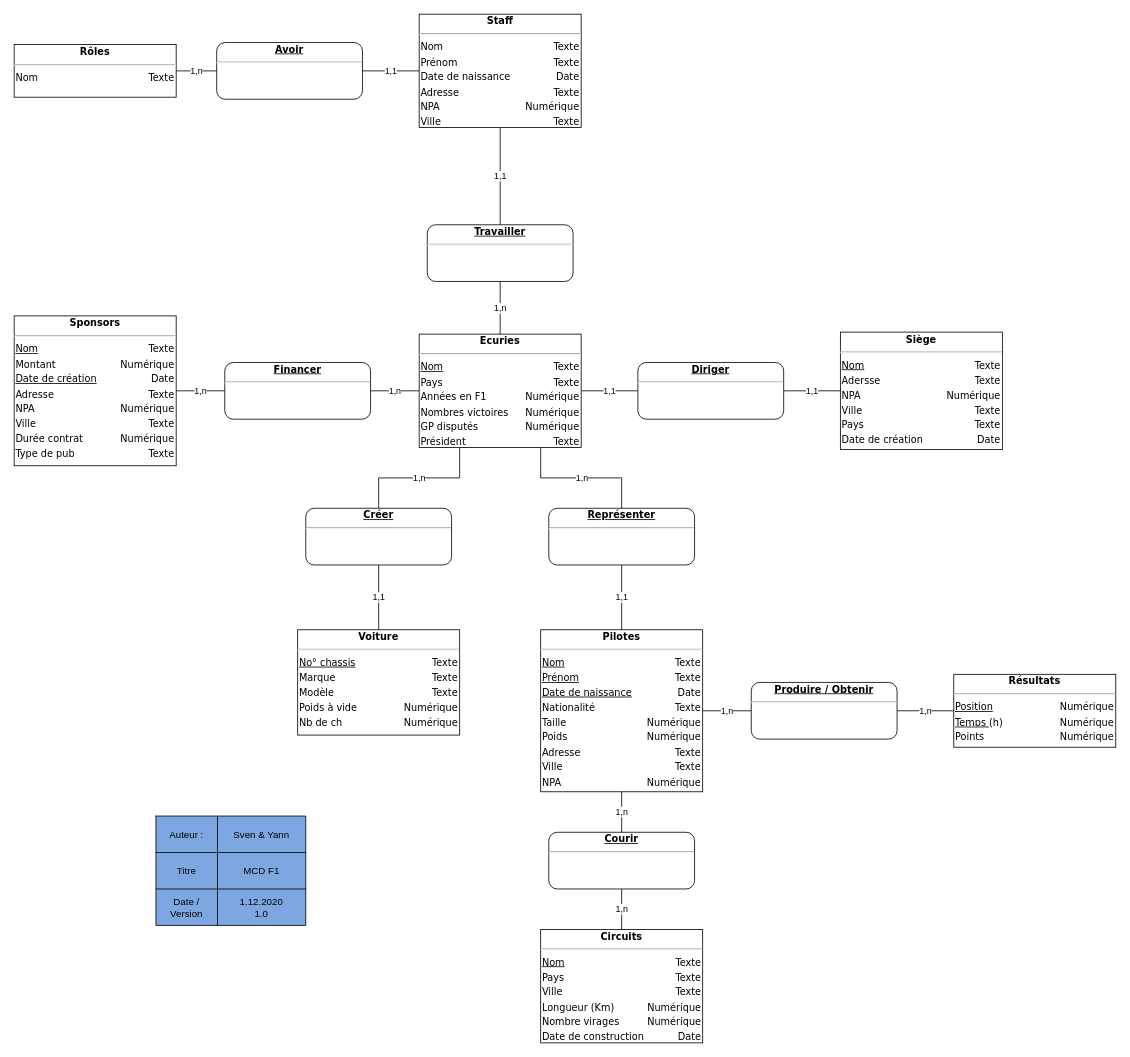
The draw.io diagram MCDF1.drawio in YFanha/MA-08-Mod-le-F1, before the edit. Source tidied: cells renumbered, new cells numbered last; positions are measured from the earlier drawing's top-left corner, leaving out a move shared by most shapes. Both pictures are drawn from the tidied source at 81%, with x=0, y=0 at pixel (14, 14).
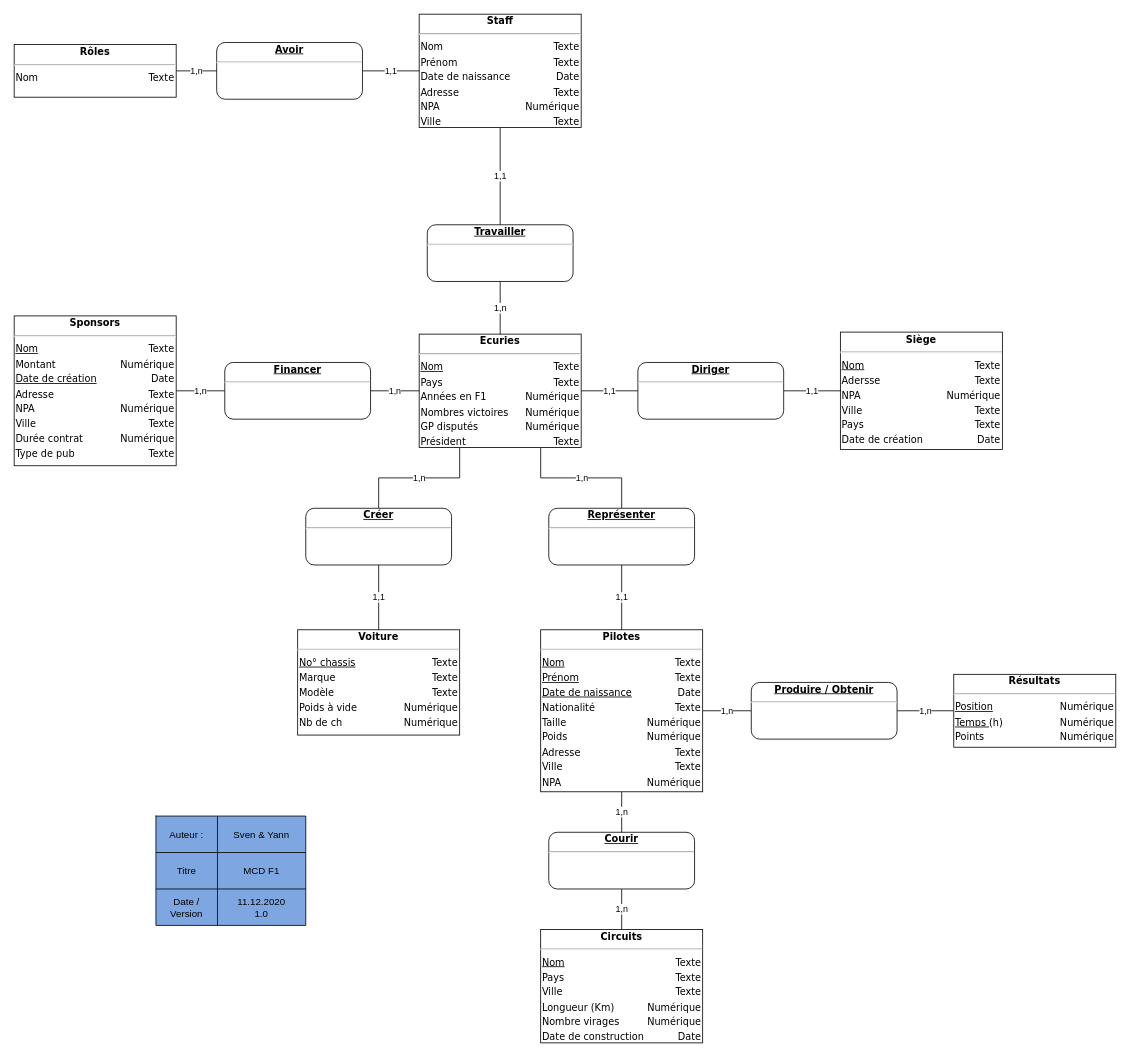
Above is the later version.

The change refers to these unchanged cells:
```xml
<mxCell id="42" style="shape=partialRectangle;html=1;whiteSpace=wrap;fillColor=none;top=0;left=0;bottom=0;right=0;" parent="35" vertex="1">
  <mxGeometry y="90" width="185" height="45" as="geometry" />
</mxCell>
```

The edit, as a diff of the source:
```diff
@@
-    <mxCell id="44" value="1.12.2020&lt;br&gt;1.0" style="shape=partialRectangle;html=1;whiteSpace=wrap;fillColor=none;top=0;left=0;bottom=0;right=0;overflow=hidden;" parent="42" vertex="1">
+    <mxCell id="44" value="11.12.2020&lt;br&gt;1.0" style="shape=partialRectangle;html=1;whiteSpace=wrap;fillColor=none;top=0;left=0;bottom=0;right=0;overflow=hidden;" parent="42" vertex="1">
       <mxGeometry x="76" width="109" height="45" as="geometry" />
     </mxCell>
```
